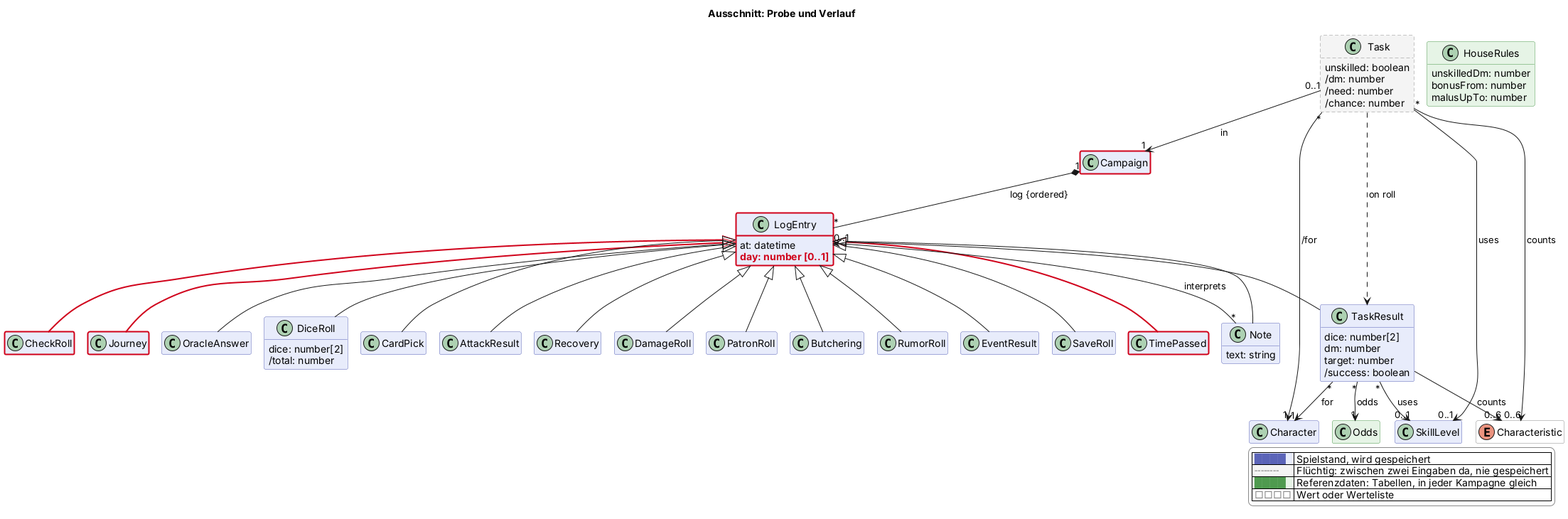
Earlier version of the PlantUML export docs/views/probe.png (scuzzar/SRE). The source it was exported from:
```plantuml
@startuml
!if %not(%variable_exists("$change"))
!$change = "*"
!endif
!function $marked($c)
!return $change == "*" || $change == $c
!endfunction
!function $new($c, $t)
!if $marked($c)
!return "<color:#d0021b><b>" + $t + "</b></color>"
!endif
!return $t
!endfunction
!procedure $gone($c, $t)
!if $marked($c)
<color:#d0021b><s>$t</s></color>
!endif
!endprocedure
!function $newClass($c)
!if $marked($c)
!return "#line:d0021b;line.bold"
!endif
!return ""
!endfunction
!function $newArrow($c)
!if $marked($c)
!return "[#d0021b,bold]"
!endif
!return ""
!endfunction
!function $goneArrow($c)
!if $marked($c)
!return "[#d0021b,dashed]"
!endif
!return ""
!endfunction
!pragma layout smetana
title Ausschnitt: Probe und Verlauf
hide empty members
hide methods
skinparam classAttributeIconSize 0
skinparam shadowing false
skinparam packageStyle rectangle
skinparam class {
  BackgroundColor #e8ecfb
  BorderColor #5b64b8
  BackgroundColor<<transient>> #f4f4f4
  BorderColor<<transient>> #8a8a8a
  BackgroundColor<<reference>> #e6f4e6
  BorderColor<<reference>> #4f9a4f
  BackgroundColor<<value>> #ffffff
  BorderColor<<value>> #8a8a8a
}
skinparam legendBackgroundColor #ffffff
skinparam legendBorderColor #8a8a8a
<style>
classDiagram {
  class {
    .transient {
      LineStyle 5-3
    }
  }
}
</style>
hide <<transient>> stereotype
hide <<reference>> stereotype
hide <<value>> stereotype

  class Campaign $kampagne
  class Character $charakter
  class SkillLevel $charakter



  abstract class LogEntry $probe {
    at: datetime
    $new("2026-11-13d", "day: number [0..1]")
  }
  class OracleAnswer $karte
  class DiceRoll $probe {
    dice: number[2]
    /total: number
  }
  class CardPick $karte
  class Note $probe {
    text: string
  }
  class PatronRoll $begegnung
  class Butchering $begegnung
  class RumorRoll $begegnung
  class EventResult $begegnung
  class SaveRoll $begegnung

  class TimePassed $reise $newClass("2026-11-13d")
  class CheckRoll $reise $newClass("2026-11-13d")
  class Journey $reise $newClass("2026-11-13d")

  class Task <<transient>> $probe {
    unskilled: boolean
    /dm: number
    /need: number
    /chance: number
  }
  class TaskResult $probe {
    dice: number[2]
    dm: number
    target: number
    /success: boolean
  }
  class AttackResult $kampf
  class Recovery $kampf
  class DamageRoll $kampf

  class Odds <<reference>> $karte
  class HouseRules <<reference>> $probe {
    unskilledDm: number
    bonusFrom: number
    malusUpTo: number
  }
  enum Characteristic <<value>> $charakter

Campaign "1" *-- "*" LogEntry : log {ordered}

LogEntry <|-$newArrow("2026-11-13d")- TimePassed
LogEntry <|-$newArrow("2026-11-13d")- CheckRoll
LogEntry <|-$newArrow("2026-11-13d")- Journey






LogEntry <|-- OracleAnswer
LogEntry <|-- DiceRoll
LogEntry <|-- CardPick
LogEntry <|-- TaskResult
LogEntry <|-- AttackResult
LogEntry <|-- DamageRoll
LogEntry <|-- Recovery
LogEntry <|-- Note
LogEntry <|-- PatronRoll
LogEntry <|-- RumorRoll
LogEntry <|-- Butchering
Note "*" --> "0..1" LogEntry : interprets
TaskResult "*" --> "1" Character : for
TaskResult "*" --> "0..1" SkillLevel : uses
TaskResult --> "0..6" Characteristic : counts
TaskResult "*" --> "1" Odds : odds

Task "0..1" --> "1" Campaign : in
Task "*" --> "1" Character : /for
Task "*" --> "0..1" SkillLevel : uses
Task --> "0..6" Characteristic : counts
Task ..> TaskResult : on roll


LogEntry <|-- EventResult
LogEntry <|-- SaveRoll



legend right
  |<#e8ecfb> <color:#5b64b8>████</color> | Spielstand, wird gespeichert |
  |<#f4f4f4> <color:#8a8a8a>╌╌╌╌</color> | Flüchtig: zwischen zwei Eingaben da, nie gespeichert |
  |<#e6f4e6> <color:#4f9a4f>████</color> | Referenzdaten: Tabellen, in jeder Kampagne gleich |
  |<#ffffff> <color:#8a8a8a>□□□□</color> | Wert oder Werteliste |
endlegend
class Campaign #line:d0021b;line.bold
class LogEntry #line:d0021b;line.bold
@enduml
```
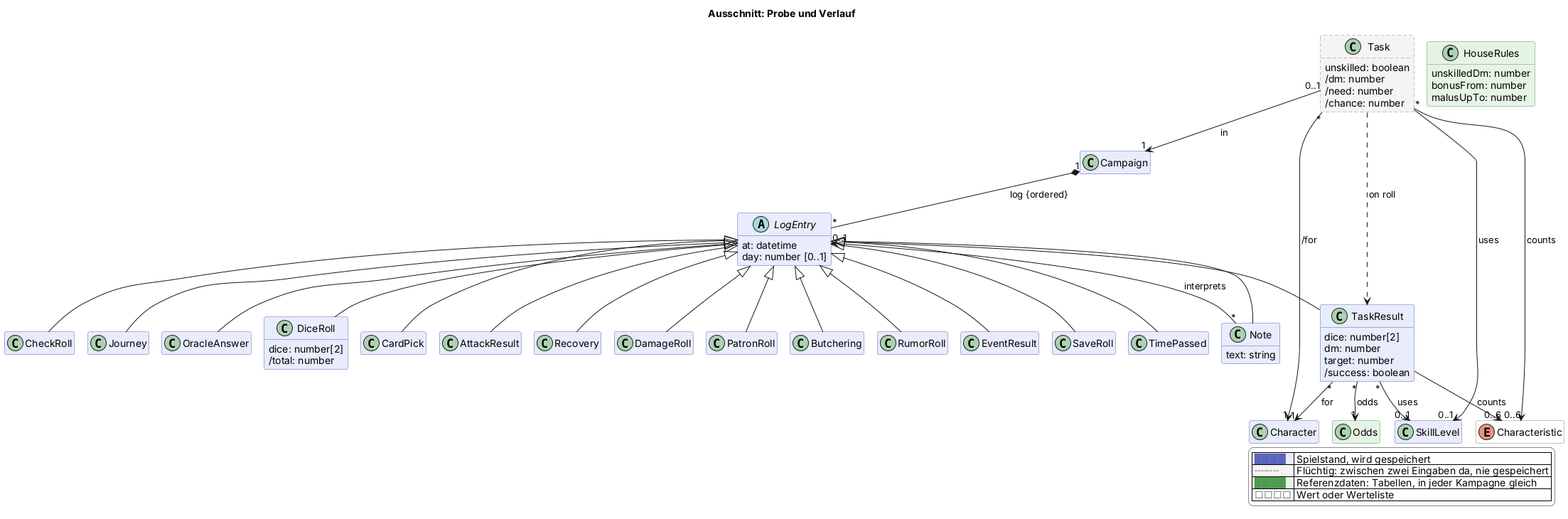
The same file after the commit.

The edit, as a diff of the source:
```diff
@@ -74,7 +74,7 @@
 
   abstract class LogEntry $probe {
     at: datetime
-    $new("2026-11-13d", "day: number [0..1]")
+    day: number [0..1]
   }
   class OracleAnswer $karte
   class DiceRoll $probe {
@@ -91,9 +91,9 @@
   class EventResult $begegnung
   class SaveRoll $begegnung
 
-  class TimePassed $reise $newClass("2026-11-13d")
-  class CheckRoll $reise $newClass("2026-11-13d")
-  class Journey $reise $newClass("2026-11-13d")
+  class TimePassed $reise
+  class CheckRoll $reise
+  class Journey $reise
 
   class Task <<transient>> $probe {
     unskilled: boolean
@@ -121,9 +121,9 @@
 
 Campaign "1" *-- "*" LogEntry : log {ordered}
 
-LogEntry <|-$newArrow("2026-11-13d")- TimePassed
-LogEntry <|-$newArrow("2026-11-13d")- CheckRoll
-LogEntry <|-$newArrow("2026-11-13d")- Journey
+LogEntry <|-- TimePassed
+LogEntry <|-- CheckRoll
+LogEntry <|-- Journey
 
 
 
@@ -165,6 +165,4 @@
   |<#e6f4e6> <color:#4f9a4f>████</color> | Referenzdaten: Tabellen, in jeder Kampagne gleich |
   |<#ffffff> <color:#8a8a8a>□□□□</color> | Wert oder Werteliste |
 endlegend
-class Campaign #line:d0021b;line.bold
-class LogEntry #line:d0021b;line.bold
 @enduml
```
